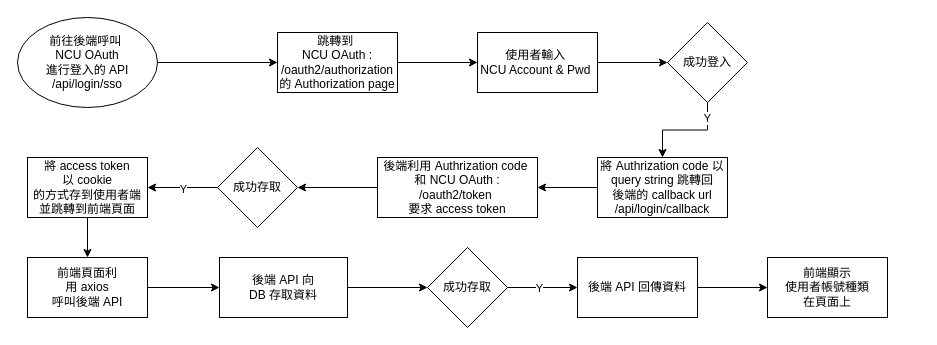
The draw.io diagram doc/NCU_OAuth_flow_chart.drawio in tommygood/Meeting-Room-Booking-System, before the edit. Source tidied: cells renumbered, new cells numbered last; positions are measured from the earlier drawing's top-left corner, leaving out a move shared by most shapes. Both pictures are drawn from the tidied source at 100%, with x=0, y=0 at pixel (17, 17).
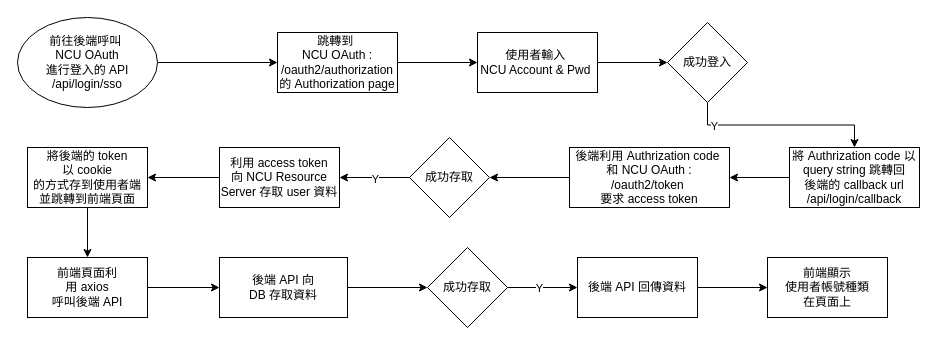
Above is the later version.

Unchanged cells that the change refers to:
```xml
<mxCell id="21" value="&lt;div&gt;前端頁面利&lt;/div&gt;&lt;div&gt;&lt;span style=&quot;background-color: initial;&quot;&gt;用 axios&lt;/span&gt;&lt;/div&gt;&lt;div&gt;&lt;span style=&quot;background-color: initial;&quot;&gt;呼叫後端 API&lt;/span&gt;&lt;/div&gt;" style="rounded=0;whiteSpace=wrap;html=1;" parent="1" vertex="1">
  <mxGeometry x="10" y="240" width="120" height="60" as="geometry" />
</mxCell>
```

What changed in the source:
```diff
@@
     <mxCell id="12" value="將 Authrization code 以 query string 跳轉回&lt;div&gt;&lt;span style=&quot;background-color: initial;&quot;&gt;後端的 callback url&lt;/span&gt;&lt;div&gt;&lt;div&gt;/api/login/callback&lt;/div&gt;&lt;/div&gt;&lt;/div&gt;" style="rounded=0;whiteSpace=wrap;html=1;" parent="1" vertex="1">
-      <mxGeometry x="580" y="140" width="130" height="60" as="geometry" />
+      <mxGeometry x="772" y="130" width="130" height="60" as="geometry" />
     </mxCell>
@@
     <mxCell id="14" value="後端利用&amp;nbsp;&lt;span style=&quot;background-color: initial;&quot;&gt;Authrization code&amp;nbsp;&lt;/span&gt;&lt;div&gt;&lt;span style=&quot;background-color: initial;&quot;&gt;和&lt;/span&gt;&lt;span style=&quot;background-color: initial;&quot;&gt;&amp;nbsp;NCU OAuth : /oauth2/token&amp;nbsp;&lt;/span&gt;&lt;/div&gt;&lt;div&gt;&lt;div&gt;要求 access token&lt;/div&gt;&lt;/div&gt;" style="rounded=0;whiteSpace=wrap;html=1;" parent="1" vertex="1">
-      <mxGeometry x="360" y="140" width="160" height="60" as="geometry" />
+      <mxGeometry x="552" y="130" width="160" height="60" as="geometry" />
     </mxCell>
-    <mxCell id="15" style="edgeStyle=orthogonalEdgeStyle;rounded=0;jettySize=auto;html=1;exitX=0;exitY=0.5;exitDx=0;exitDy=0;" parent="1" edge="1" source="17" target="19">
-      <mxGeometry relative="1" as="geometry" />
+    <mxCell id="15" style="edgeStyle=orthogonalEdgeStyle;rounded=0;jettySize=auto;html=1;exitX=0;exitY=0.5;exitDx=0;exitDy=0;" parent="1" edge="1" source="17">
+      <mxGeometry relative="1" as="geometry">
+        <mxPoint x="322" y="160" as="targetPoint" />
+      </mxGeometry>
     </mxCell>
@@
     <mxCell id="17" value="成功存取" style="rhombus;whiteSpace=wrap;html=1;" parent="1" vertex="1">
-      <mxGeometry x="200" y="130" width="80" height="80" as="geometry" />
+      <mxGeometry x="392" y="120" width="80" height="80" as="geometry" />
     </mxCell>
-    <mxCell id="18" style="edgeStyle=orthogonalEdgeStyle;rounded=0;jettySize=auto;html=1;exitX=0.5;exitY=1;exitDx=0;exitDy=0;" parent="1" edge="1" source="19" target="21">
+    <mxCell id="18" style="edgeStyle=orthogonalEdgeStyle;rounded=0;jettySize=auto;html=1;exitX=0.5;exitY=1;exitDx=0;exitDy=0;" parent="1" edge="1" source="30" target="21">
       <mxGeometry relative="1" as="geometry" />
     </mxCell>
-    <mxCell id="19" value="&lt;div&gt;將 access token以&lt;span style=&quot;background-color: initial;&quot;&gt;&amp;nbsp;cookie&lt;/span&gt;&lt;div&gt;的方式存到使用者端&lt;/div&gt;&lt;/div&gt;&lt;div&gt;並&lt;span style=&quot;background-color: initial;&quot;&gt;跳轉到前端頁面&lt;/span&gt;&lt;/div&gt;" style="rounded=0;whiteSpace=wrap;html=1;" parent="1" vertex="1">
-      <mxGeometry x="10" y="140" width="120" height="60" as="geometry" />
-    </mxCell>
@@
+    <mxCell id="30" value="&lt;div&gt;將後端的 token以&lt;span style=&quot;background-color: initial;&quot;&gt;&amp;nbsp;cookie&lt;/span&gt;&lt;div&gt;的方式存到使用者端&lt;/div&gt;&lt;/div&gt;&lt;div&gt;並&lt;span style=&quot;background-color: initial;&quot;&gt;跳轉到前端頁面&lt;/span&gt;&lt;/div&gt;" style="rounded=0;whiteSpace=wrap;html=1;" parent="1" vertex="1">
+      <mxGeometry x="10" y="130" width="120" height="60" as="geometry" />
+    </mxCell>
+    <mxCell id="31" style="edgeStyle=orthogonalEdgeStyle;rounded=0;jettySize=auto;html=1;exitX=0;exitY=0.5;exitDx=0;exitDy=0;entryX=1;entryY=0.5;entryDx=0;entryDy=0;" parent="1" edge="1" source="32" target="30">
+      <mxGeometry relative="1" as="geometry" />
+    </mxCell>
+    <mxCell id="32" value="利用 access token&lt;br&gt;向 NCU Resource Server 存取 user 資料" style="rounded=0;whiteSpace=wrap;html=1;" parent="1" vertex="1">
+      <mxGeometry x="202" y="130" width="120" height="60" as="geometry" />
+    </mxCell>
```
